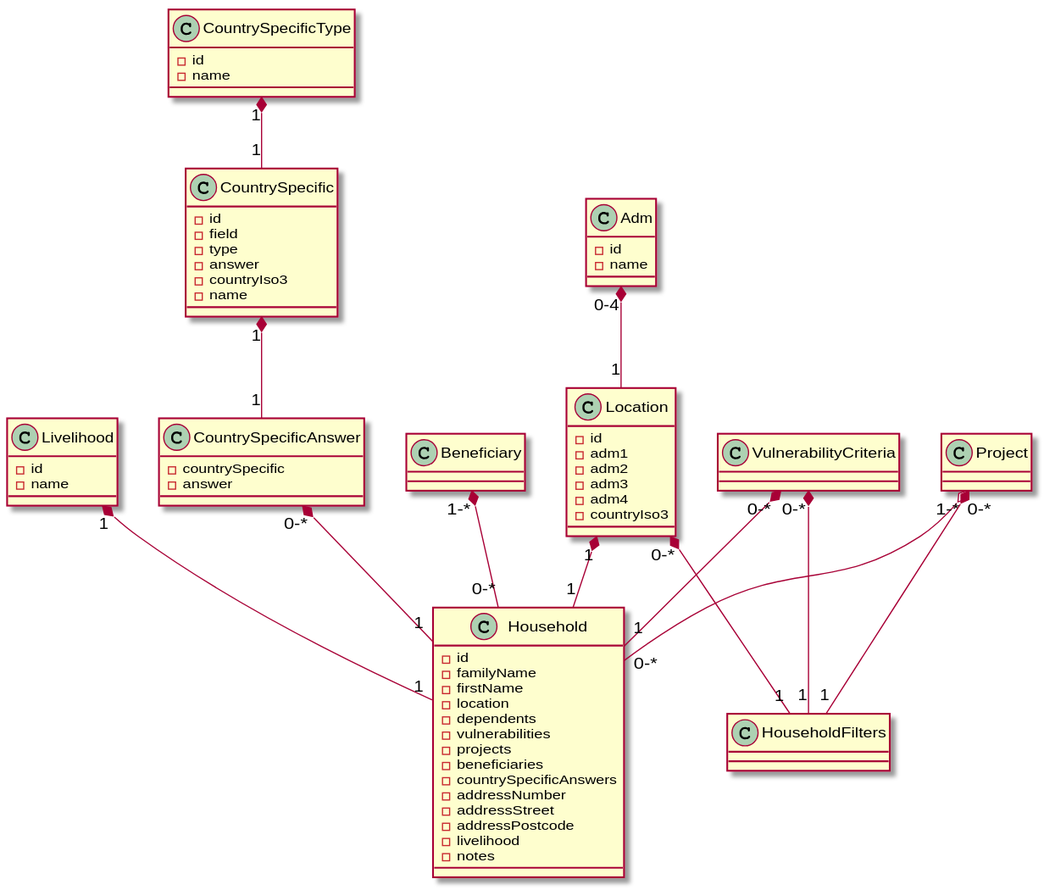
Before: src/app/models/uml/household.svg, a diagram exported from PlantUML (ReliefApplications/bms_front). Source of this version:
```plantuml
@startuml
class Household {
    - id
    - familyName
    - firstName
    - location
    - dependents
    - vulnerabilities
    - projects
    - beneficiaries
    - countrySpecificAnswers
    - addressNumber
    - addressStreet
    - addressPostcode
    - livelihood
    - notes
}

class Livelihood {
    - id
    - name
}

class CountrySpecificAnswer {
    - countrySpecific
    - answer
}

class CountrySpecific {
    - id
    - field
    - type
    - answer
    - countryIso3
    - name
}

class CountrySpecificType {
    - id
    - name
}

class Location {
    - id
    - adm1
    - adm2
    - adm3
    - adm4
    - countryIso3
}

class Adm {
    - id
    - name
}

 CountrySpecificType "1" *-- "1" CountrySpecific
 CountrySpecific "1" *-- "1" CountrySpecificAnswer

 Livelihood "1" *-- "1" Household
 Location "1" *-- "1" Household
 VulnerabilityCriteria "0-*" *-- "1" Household
 Project "1-*" o-- "0-*" Household
 Beneficiary "1-*" *-- "0-*" Household
 CountrySpecificAnswer "0-*" *-- "1" Household

 Project "0-*" *-- "1" HouseholdFilters
 VulnerabilityCriteria "0-*" *-- "1" HouseholdFilters
 Location "0-*" *-- "1" HouseholdFilters

 Adm "0-4" *-- "1" Location
@enduml
```
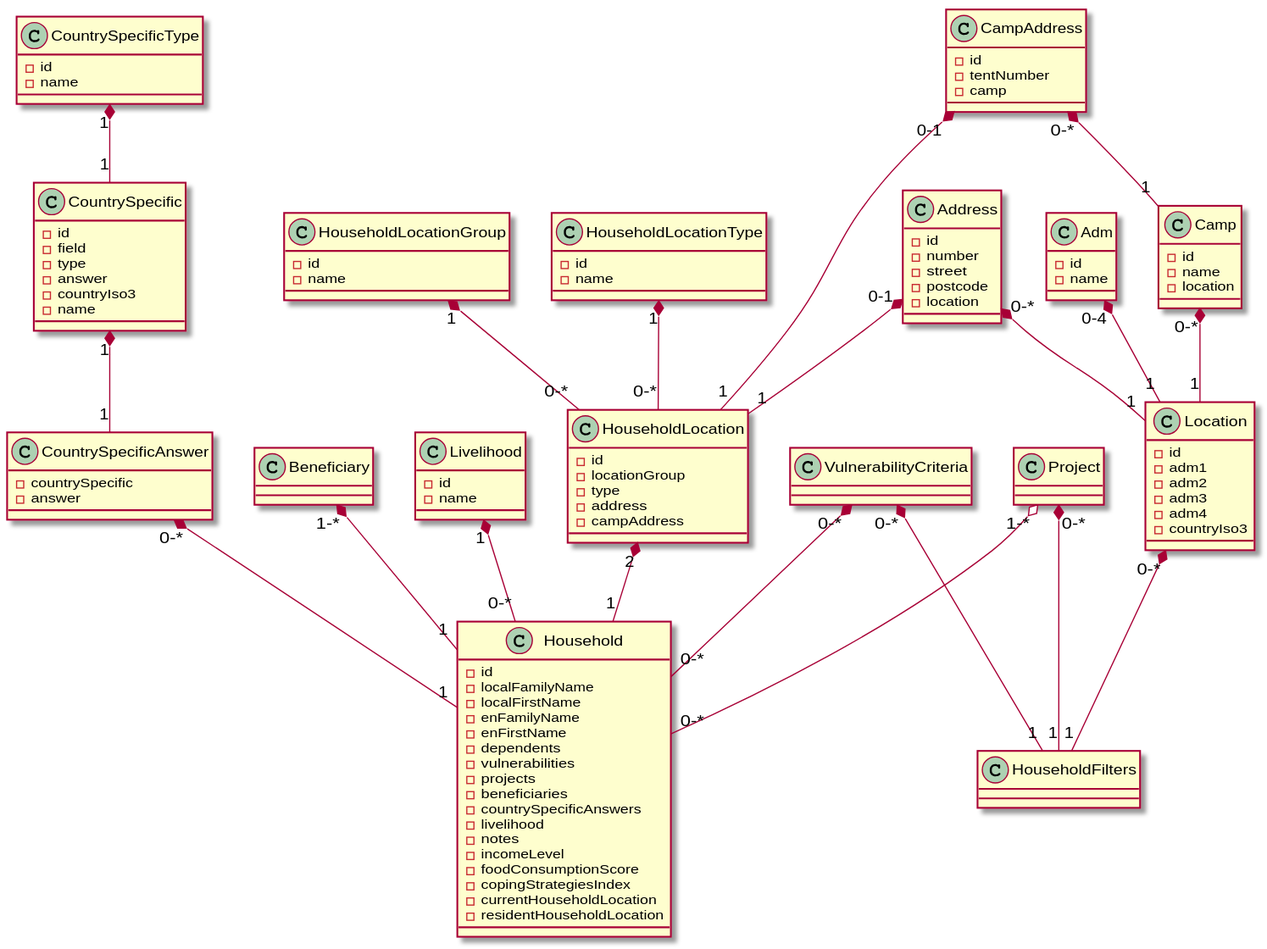
Later version of the same file.

What changed in the source:
```diff
@@ -1,19 +1,22 @@
 @startuml
 class Household {
     - id
-    - familyName
-    - firstName
-    - location
+    - localFamilyName
+    - localFirstName
+    - enFamilyName
+    - enFirstName
     - dependents
     - vulnerabilities
     - projects
     - beneficiaries
     - countrySpecificAnswers
-    - addressNumber
-    - addressStreet
-    - addressPostcode
     - livelihood
     - notes
+    - incomeLevel
+    - foodConsumptionScore
+    - copingStrategiesIndex
+    - currentHouseholdLocation
+    - residentHouseholdLocation
 }
 
 class Livelihood {
@@ -40,6 +43,44 @@
     - name
 }
 
+class HouseholdLocationGroup {
+    - id
+    - name
+}
+
+class HouseholdLocationType {
+    - id
+    - name
+}
+
+class HouseholdLocation {
+    - id
+    - locationGroup
+    - type
+    - address
+    - campAddress
+}
+
+class Address {
+    - id
+    - number
+    - street
+    - postcode
+    - location
+}
+
+class CampAddress {
+    - id
+    - tentNumber
+    - camp
+}
+
+class Camp {
+    - id
+    - name
+    - location
+}
+
 class Location {
     - id
     - adm1
@@ -57,12 +98,19 @@
  CountrySpecificType "1" *-- "1" CountrySpecific
  CountrySpecific "1" *-- "1" CountrySpecificAnswer
 
- Livelihood "1" *-- "1" Household
- Location "1" *-- "1" Household
- VulnerabilityCriteria "0-*" *-- "1" Household
+ Livelihood "1" *-- "0-*" Household
+ VulnerabilityCriteria "0-*" *-- "0-*" Household
  Project "1-*" o-- "0-*" Household
- Beneficiary "1-*" *-- "0-*" Household
+ Beneficiary "1-*" *-- "1" Household
  CountrySpecificAnswer "0-*" *-- "1" Household
+ HouseholdLocation "2" *-- "1" Household
+ HouseholdLocationGroup "1" *-- "0-*" HouseholdLocation
+ HouseholdLocationType "1" *-- "0-*" HouseholdLocation
+ Address "0-1" *-- "1" HouseholdLocation
+ Address "0-*" *-- "1" Location
+ CampAddress "0-1" *-- "1" HouseholdLocation
+ CampAddress "0-*" *-- "1" Camp
+ Camp "0-*" *-- "1" Location
 
  Project "0-*" *-- "1" HouseholdFilters
  VulnerabilityCriteria "0-*" *-- "1" HouseholdFilters
```
